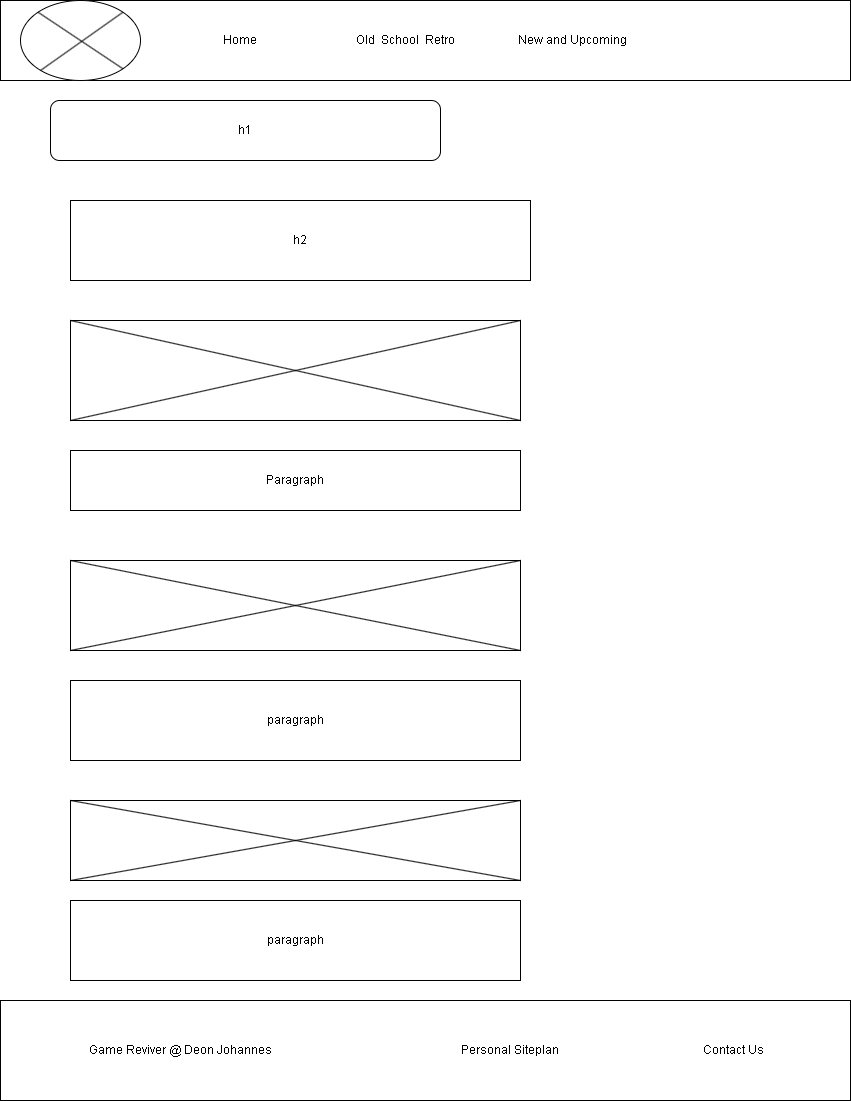
Earlier version of the draw.io export gamereviver/images/New and upcoming page.png (DeonAlfred/wdd130). Source tidied: cells renumbered, new cells last; positions are measured from the earlier drawing's top-left corner, leaving out a move shared by most shapes.
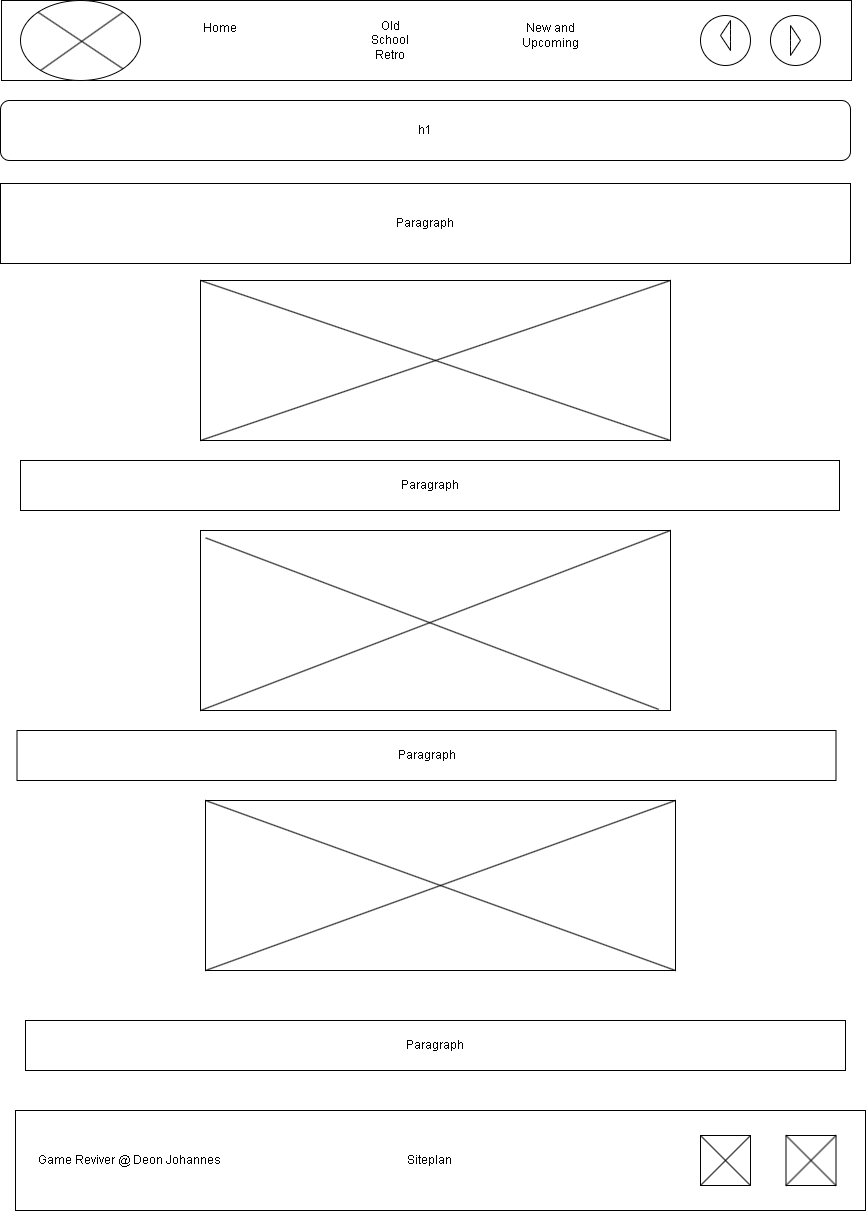
The same file after the commit.

Commit message:
submitnew and upcoming

Change to the diagram source:
```diff
@@ -2,17 +2,14 @@
   <root>
     <mxCell id="0" />
     <mxCell id="1" parent="0" />
-    <mxCell id="2" style="rounded=1;whiteSpace=wrap;html=1;shadow=0;" parent="1" vertex="1">
-      <mxGeometry x="190" y="10" width="120" height="60" as="geometry" />
-    </mxCell>
-    <mxCell id="3" value="Home&amp;nbsp; &amp;nbsp; &amp;nbsp; &amp;nbsp; &amp;nbsp; &amp;nbsp; &amp;nbsp; &amp;nbsp; &amp;nbsp; &amp;nbsp; &amp;nbsp; &amp;nbsp; &amp;nbsp; &amp;nbsp; &amp;nbsp; &amp;nbsp; &amp;nbsp;Old&amp;nbsp; School&amp;nbsp; Retro&amp;nbsp; &amp;nbsp; &amp;nbsp; &amp;nbsp; &amp;nbsp; &amp;nbsp; &amp;nbsp; &amp;nbsp; &amp;nbsp; &amp;nbsp; &amp;nbsp;New and Upcoming" style="rounded=0;whiteSpace=wrap;html=1;align=center;" parent="1" vertex="1">
-      <mxGeometry width="850" height="80" as="geometry" />
+    <mxCell id="3" value="&lt;div style=&quot;text-align: left;&quot;&gt;&amp;nbsp; &amp;nbsp;&lt;/div&gt;&lt;div style=&quot;&quot;&gt;&lt;/div&gt;" style="rounded=0;whiteSpace=wrap;html=1;align=center;" parent="1" vertex="1">
+      <mxGeometry x="1" width="850" height="80" as="geometry" />
     </mxCell>
     <mxCell id="4" style="ellipse;whiteSpace=wrap;html=1;" parent="1" vertex="1">
       <mxGeometry x="20" width="120" height="80" as="geometry" />
     </mxCell>
-    <mxCell id="5" value="&amp;nbsp;Game Reviver @ Deon Johannes&amp;nbsp; &amp;nbsp; &amp;nbsp; &amp;nbsp; &amp;nbsp; &amp;nbsp; &amp;nbsp; &amp;nbsp; &amp;nbsp; &amp;nbsp; &amp;nbsp; &amp;nbsp; &amp;nbsp; &amp;nbsp; &amp;nbsp; &amp;nbsp; &amp;nbsp; &amp;nbsp; &amp;nbsp; &amp;nbsp; &amp;nbsp; &amp;nbsp; &amp;nbsp; &amp;nbsp; &amp;nbsp; &amp;nbsp; &amp;nbsp; &amp;nbsp; &amp;nbsp; &amp;nbsp; &amp;nbsp; &amp;nbsp;Personal Siteplan&amp;nbsp; &amp;nbsp; &amp;nbsp; &amp;nbsp; &amp;nbsp; &amp;nbsp; &amp;nbsp; &amp;nbsp; &amp;nbsp; &amp;nbsp; &amp;nbsp; &amp;nbsp; &amp;nbsp; &amp;nbsp; &amp;nbsp; &amp;nbsp; &amp;nbsp; &amp;nbsp; &amp;nbsp; &amp;nbsp; &amp;nbsp; &amp;nbsp; &amp;nbsp; &amp;nbsp; Contact Us" style="rounded=0;whiteSpace=wrap;html=1;" parent="1" vertex="1">
-      <mxGeometry y="1000" width="850" height="100" as="geometry" />
+    <mxCell id="5" value="&amp;nbsp; &amp;nbsp; &amp;nbsp; &amp;nbsp;Game Reviver @ Deon Johannes&amp;nbsp; &amp;nbsp; &amp;nbsp; &amp;nbsp; &amp;nbsp; &amp;nbsp; &amp;nbsp; &amp;nbsp; &amp;nbsp; &amp;nbsp; &amp;nbsp; &amp;nbsp; &amp;nbsp; &amp;nbsp; &amp;nbsp; &amp;nbsp; &amp;nbsp; &amp;nbsp; &amp;nbsp; &amp;nbsp; &amp;nbsp; &amp;nbsp; &amp;nbsp; &amp;nbsp; &amp;nbsp; &amp;nbsp; &amp;nbsp; &amp;nbsp; &amp;nbsp; &amp;nbsp; &amp;nbsp; Siteplan&amp;nbsp; &amp;nbsp; &amp;nbsp; &amp;nbsp; &amp;nbsp; &amp;nbsp; &amp;nbsp; &amp;nbsp; &amp;nbsp; &amp;nbsp; &amp;nbsp; &amp;nbsp; &amp;nbsp; &amp;nbsp; &amp;nbsp; &amp;nbsp; &amp;nbsp; &amp;nbsp; &amp;nbsp; &amp;nbsp; &amp;nbsp; &amp;nbsp; &amp;nbsp; &amp;nbsp; &amp;nbsp; &amp;nbsp; &amp;nbsp; &amp;nbsp; &amp;nbsp; &amp;nbsp; &amp;nbsp; &amp;nbsp; &amp;nbsp; &amp;nbsp; &amp;nbsp; &amp;nbsp; &amp;nbsp; &amp;nbsp; &amp;nbsp; &amp;nbsp; &amp;nbsp; &amp;nbsp; &amp;nbsp; &amp;nbsp; &amp;nbsp;&amp;nbsp;" style="rounded=0;whiteSpace=wrap;html=1;align=left;" parent="1" vertex="1">
+      <mxGeometry x="15" y="1110" width="850" height="100" as="geometry" />
     </mxCell>
     <mxCell id="6" style="endArrow=none;html=1;rounded=0;entryX=1;entryY=0;entryDx=0;entryDy=0;" parent="1" edge="1" target="4">
       <mxGeometry relative="1" as="geometry">
@@ -23,19 +20,19 @@
       <mxGeometry relative="1" as="geometry" />
     </mxCell>
     <mxCell id="8" value="h1" style="rounded=1;whiteSpace=wrap;html=1;" parent="1" vertex="1">
-      <mxGeometry x="50" y="100" width="390" height="60" as="geometry" />
+      <mxGeometry y="100" width="850" height="60" as="geometry" />
     </mxCell>
     <mxCell id="9" value="Text" style="text;html=1;align=center;verticalAlign=middle;strokeColor=none;fillColor=none;" parent="1" vertex="1">
       <mxGeometry x="360" y="208" width="40" height="30" as="geometry" />
     </mxCell>
-    <mxCell id="10" value="h2" style="rounded=0;whiteSpace=wrap;html=1;" parent="1" vertex="1">
-      <mxGeometry x="70" y="200" width="460" height="80" as="geometry" />
+    <mxCell id="10" value="Paragraph" style="rounded=0;whiteSpace=wrap;html=1;" parent="1" vertex="1">
+      <mxGeometry y="183" width="850" height="80" as="geometry" />
     </mxCell>
     <mxCell id="11" style="rounded=0;whiteSpace=wrap;html=1;" parent="1" vertex="1">
-      <mxGeometry x="70" y="320" width="450" height="100" as="geometry" />
+      <mxGeometry x="200" y="280" width="470" height="160" as="geometry" />
     </mxCell>
     <mxCell id="12" value="Paragraph" style="rounded=0;whiteSpace=wrap;html=1;" parent="1" vertex="1">
-      <mxGeometry x="70" y="450" width="450" height="60" as="geometry" />
+      <mxGeometry x="20" y="460" width="819" height="50" as="geometry" />
     </mxCell>
     <mxCell id="13" style="endArrow=none;html=1;rounded=0;exitX=0;exitY=1;exitDx=0;exitDy=0;entryX=1;entryY=0;entryDx=0;entryDy=0;" parent="1" edge="1" source="11" target="11">
       <mxGeometry relative="1" as="geometry" />
@@ -43,32 +40,76 @@
     <mxCell id="14" style="endArrow=none;html=1;rounded=0;entryX=1;entryY=1;entryDx=0;entryDy=0;exitX=0;exitY=0;exitDx=0;exitDy=0;" parent="1" edge="1" source="11" target="11">
       <mxGeometry relative="1" as="geometry" />
     </mxCell>
-    <mxCell id="15" style="rounded=0;whiteSpace=wrap;html=1;" parent="1" vertex="1">
-      <mxGeometry x="70" y="560" width="450" height="90" as="geometry" />
-    </mxCell>
-    <mxCell id="16" style="endArrow=none;html=1;rounded=0;entryX=1;entryY=0;entryDx=0;entryDy=0;exitX=0;exitY=1;exitDx=0;exitDy=0;" parent="1" edge="1" source="15" target="15">
-      <mxGeometry relative="1" as="geometry" />
-    </mxCell>
-    <mxCell id="17" style="endArrow=none;html=1;rounded=0;exitX=1;exitY=1;exitDx=0;exitDy=0;entryX=0;entryY=0;entryDx=0;entryDy=0;" parent="1" edge="1" source="15" target="15">
-      <mxGeometry relative="1" as="geometry" />
-    </mxCell>
-    <mxCell id="18" value="paragraph" style="rounded=0;whiteSpace=wrap;html=1;" parent="1" vertex="1">
-      <mxGeometry x="70" y="680" width="450" height="80" as="geometry" />
-    </mxCell>
-    <mxCell id="19" style="rounded=0;whiteSpace=wrap;html=1;" parent="1" vertex="1">
-      <mxGeometry x="70" y="800" width="450" height="80" as="geometry" />
-    </mxCell>
-    <mxCell id="20" style="endArrow=none;html=1;rounded=0;entryX=1;entryY=0;entryDx=0;entryDy=0;exitX=0;exitY=1;exitDx=0;exitDy=0;" parent="1" edge="1" source="19" target="19">
-      <mxGeometry relative="1" as="geometry" />
-    </mxCell>
-    <mxCell id="21" style="endArrow=none;html=1;rounded=0;exitX=0;exitY=0;exitDx=0;exitDy=0;entryX=1;entryY=1;entryDx=0;entryDy=0;" parent="1" edge="1" source="19" target="19">
-      <mxGeometry relative="1" as="geometry" />
-    </mxCell>
-    <mxCell id="22" style="edgeStyle=orthogonalEdgeStyle;rounded=0;orthogonalLoop=1;jettySize=auto;html=1;exitX=0.5;exitY=1;exitDx=0;exitDy=0;" parent="1" edge="1" source="15" target="15">
-      <mxGeometry relative="1" as="geometry" />
-    </mxCell>
-    <mxCell id="23" value="paragraph" style="rounded=0;whiteSpace=wrap;html=1;" parent="1" vertex="1">
-      <mxGeometry x="70" y="900" width="450" height="80" as="geometry" />
-    </mxCell>
+    <mxCell id="24" style="rounded=0;whiteSpace=wrap;html=1;" parent="1" vertex="1">
+      <mxGeometry x="200" y="530" width="470" height="180" as="geometry" />
+    </mxCell>
+    <mxCell id="25" style="endArrow=none;html=1;rounded=0;entryX=1;entryY=0;entryDx=0;entryDy=0;exitX=0;exitY=1;exitDx=0;exitDy=0;" parent="1" edge="1" source="24" target="24">
+      <mxGeometry relative="1" as="geometry" />
+    </mxCell>
+    <mxCell id="26" style="endArrow=none;html=1;rounded=0;entryX=0.975;entryY=0.994;entryDx=0;entryDy=0;entryPerimeter=0;exitX=0.011;exitY=0.041;exitDx=0;exitDy=0;exitPerimeter=0;" parent="1" edge="1" source="24" target="24">
+      <mxGeometry relative="1" as="geometry" />
+    </mxCell>
+    <mxCell id="27" style="rounded=0;whiteSpace=wrap;html=1;" parent="1" vertex="1">
+      <mxGeometry x="700" y="1135" width="50" height="50" as="geometry" />
+    </mxCell>
+    <mxCell id="28" style="rounded=0;whiteSpace=wrap;html=1;" parent="1" vertex="1">
+      <mxGeometry x="785.5" y="1135" width="50" height="50" as="geometry" />
+    </mxCell>
+    <mxCell id="29" style="endArrow=none;html=1;rounded=0;" parent="1" edge="1">
+      <mxGeometry relative="1" as="geometry">
+        <mxPoint x="700" y="1185" as="sourcePoint" />
+        <mxPoint x="750" y="1135" as="targetPoint" />
+      </mxGeometry>
+    </mxCell>
+    <mxCell id="30" style="endArrow=none;html=1;rounded=0;entryX=1;entryY=1;entryDx=0;entryDy=0;exitX=0;exitY=0;exitDx=0;exitDy=0;" parent="1" edge="1" source="27" target="27">
+      <mxGeometry relative="1" as="geometry" />
+    </mxCell>
+    <mxCell id="31" style="endArrow=none;html=1;rounded=0;" parent="1" edge="1">
+      <mxGeometry relative="1" as="geometry">
+        <mxPoint x="785.5" y="1185" as="sourcePoint" />
+        <mxPoint x="835.5" y="1135" as="targetPoint" />
+      </mxGeometry>
+    </mxCell>
+    <mxCell id="32" style="endArrow=none;html=1;rounded=0;entryX=1;entryY=1;entryDx=0;entryDy=0;exitX=0;exitY=0;exitDx=0;exitDy=0;" parent="1" edge="1" source="28" target="28">
+      <mxGeometry relative="1" as="geometry" />
+    </mxCell>
+    <mxCell id="33" value="Paragraph" style="rounded=0;whiteSpace=wrap;html=1;" parent="1" vertex="1">
+      <mxGeometry x="25" y="1020" width="820" height="50" as="geometry" />
+    </mxCell>
+    <mxCell id="34" value="Home" style="text;strokeColor=none;align=center;fillColor=none;html=1;verticalAlign=middle;whiteSpace=wrap;rounded=0;" parent="1" vertex="1">
+      <mxGeometry x="190" y="10" width="60" height="35" as="geometry" />
+    </mxCell>
+    <mxCell id="35" value="Old&lt;br&gt;School&lt;br&gt;Retro&lt;br&gt;" style="text;strokeColor=none;align=center;fillColor=none;html=1;verticalAlign=middle;whiteSpace=wrap;rounded=0;" parent="1" vertex="1">
+      <mxGeometry x="360" y="25" width="60" height="30" as="geometry" />
+    </mxCell>
+    <mxCell id="36" value="New and&lt;br&gt;Upcoming" style="text;strokeColor=none;align=center;fillColor=none;html=1;verticalAlign=middle;whiteSpace=wrap;rounded=0;" parent="1" vertex="1">
+      <mxGeometry x="520" y="20" width="60" height="30" as="geometry" />
+    </mxCell>
+    <mxCell id="37" style="ellipse;whiteSpace=wrap;html=1;" parent="1" vertex="1">
+      <mxGeometry x="700" y="15" width="50" height="50" as="geometry" />
+    </mxCell>
+    <mxCell id="38" style="ellipse;whiteSpace=wrap;html=1;" parent="1" vertex="1">
+      <mxGeometry x="770" y="15" width="50" height="50" as="geometry" />
+    </mxCell>
+    <mxCell id="39" style="html=1;shadow=0;dashed=0;align=center;verticalAlign=middle;shape=mxgraph.arrows2.arrow;dy=0.6;dx=40;notch=0;" parent="1" vertex="1">
+      <mxGeometry x="790" y="25" width="10" height="30" as="geometry" />
+    </mxCell>
+    <mxCell id="40" style="html=1;shadow=0;dashed=0;align=center;verticalAlign=middle;shape=mxgraph.arrows2.arrow;dy=0.6;dx=40;flipH=1;notch=0;" parent="1" vertex="1">
+      <mxGeometry x="720" y="20" width="10" height="30" as="geometry" />
+    </mxCell>
+    <mxCell id="41" value="Paragraph" style="rounded=0;whiteSpace=wrap;html=1;" parent="1" vertex="1">
+      <mxGeometry x="16.5" y="730" width="819" height="50" as="geometry" />
+    </mxCell>
+    <mxCell id="42" style="rounded=0;whiteSpace=wrap;html=1;" parent="1" vertex="1">
+      <mxGeometry x="205" y="800" width="470" height="170" as="geometry" />
+    </mxCell>
+    <mxCell id="43" style="endArrow=none;html=1;rounded=0;exitX=0;exitY=1;exitDx=0;exitDy=0;" parent="1" edge="1" source="42">
+      <mxGeometry relative="1" as="geometry">
+        <mxPoint x="675" y="800" as="targetPoint" />
+      </mxGeometry>
+    </mxCell>
+    <mxCell id="44" style="endArrow=none;html=1;rounded=0;entryX=0;entryY=0;entryDx=0;entryDy=0;exitX=1;exitY=1;exitDx=0;exitDy=0;" parent="1" edge="1" source="42" target="42">
+      <mxGeometry relative="1" as="geometry" />
+    </mxCell>
   </root>
 </mxGraphModel>
```
